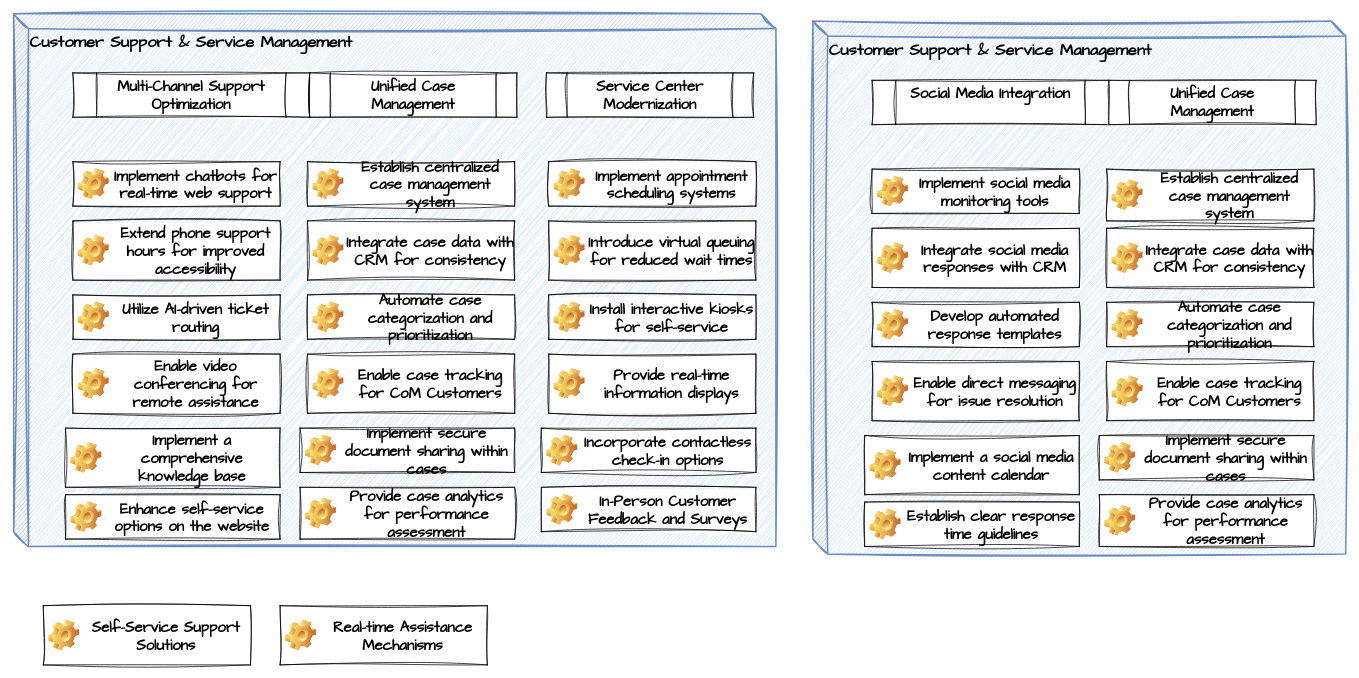
Earlier version of the draw.io diagram page "Page-11" (11 of 15) of Untitled Diagram.drawio (onlinepractice/digitalbanking). Source tidied: cells renumbered, new cells numbered last; positions are measured from the earlier drawing's top-left corner, leaving out a move shared by most shapes. Both pictures are drawn from the tidied source at 74%, with x=0, y=0 at pixel (13, 13).
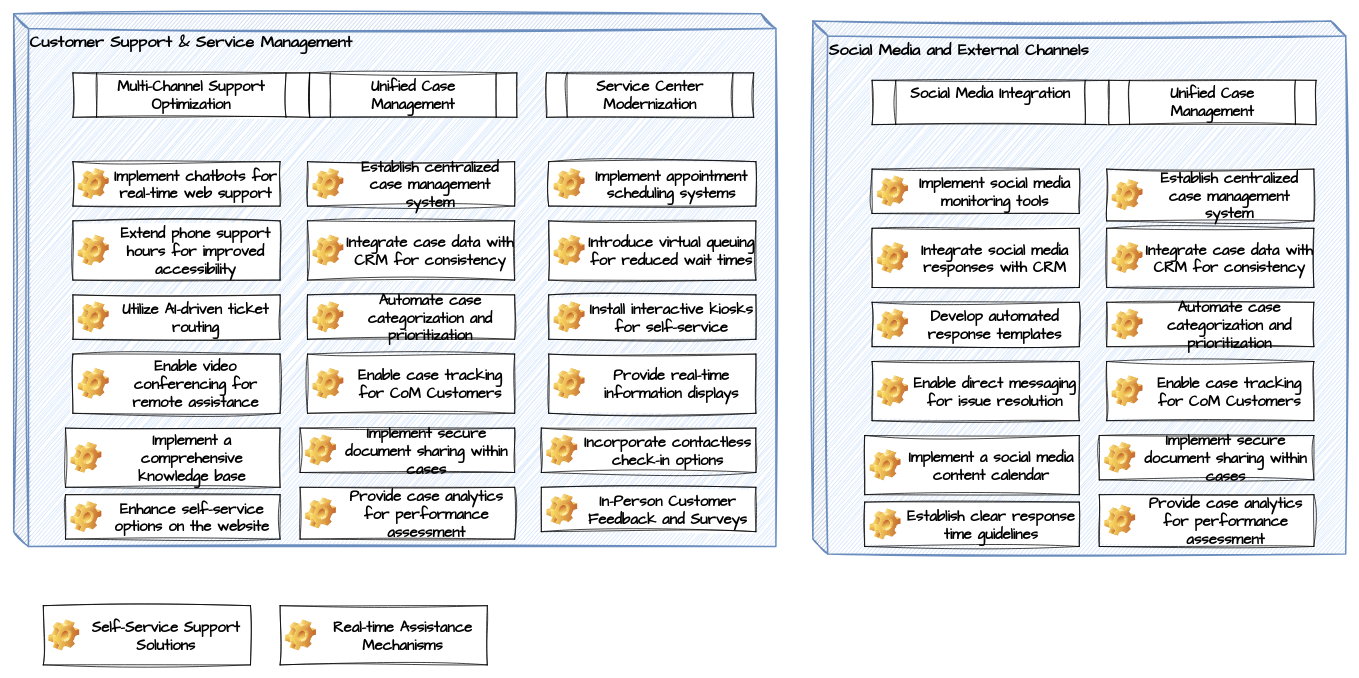
The same page after the edit.

The edit, as a diff of the source:
```diff
@@
-    <mxCell id="24" value="Customer Support &amp;amp; Service Management" style="shape=cube;whiteSpace=wrap;html=1;boundedLbl=1;backgroundOutline=1;darkOpacity=0.05;darkOpacity2=0.1;fontSize=22;fontFamily=Architects Daughter;align=left;verticalAlign=top;fillColor=#dae8fc;strokeColor=#6c8ebf;rounded=0;sketch=1;hachureGap=4;jiggle=2;curveFitting=1;fontStyle=1;strokeWidth=2;" parent="1" vertex="1">
+    <mxCell id="24" value="Social Media and External Channels" style="shape=cube;whiteSpace=wrap;html=1;boundedLbl=1;backgroundOutline=1;darkOpacity=0.05;darkOpacity2=0.1;fontSize=22;fontFamily=Architects Daughter;align=left;verticalAlign=top;fillColor=#dae8fc;strokeColor=#6c8ebf;rounded=0;sketch=1;hachureGap=4;jiggle=2;curveFitting=1;fontStyle=1;strokeWidth=2;" parent="1" vertex="1">
       <mxGeometry x="1080" y="10" width="720" height="720" as="geometry" />
     </mxCell>
```
